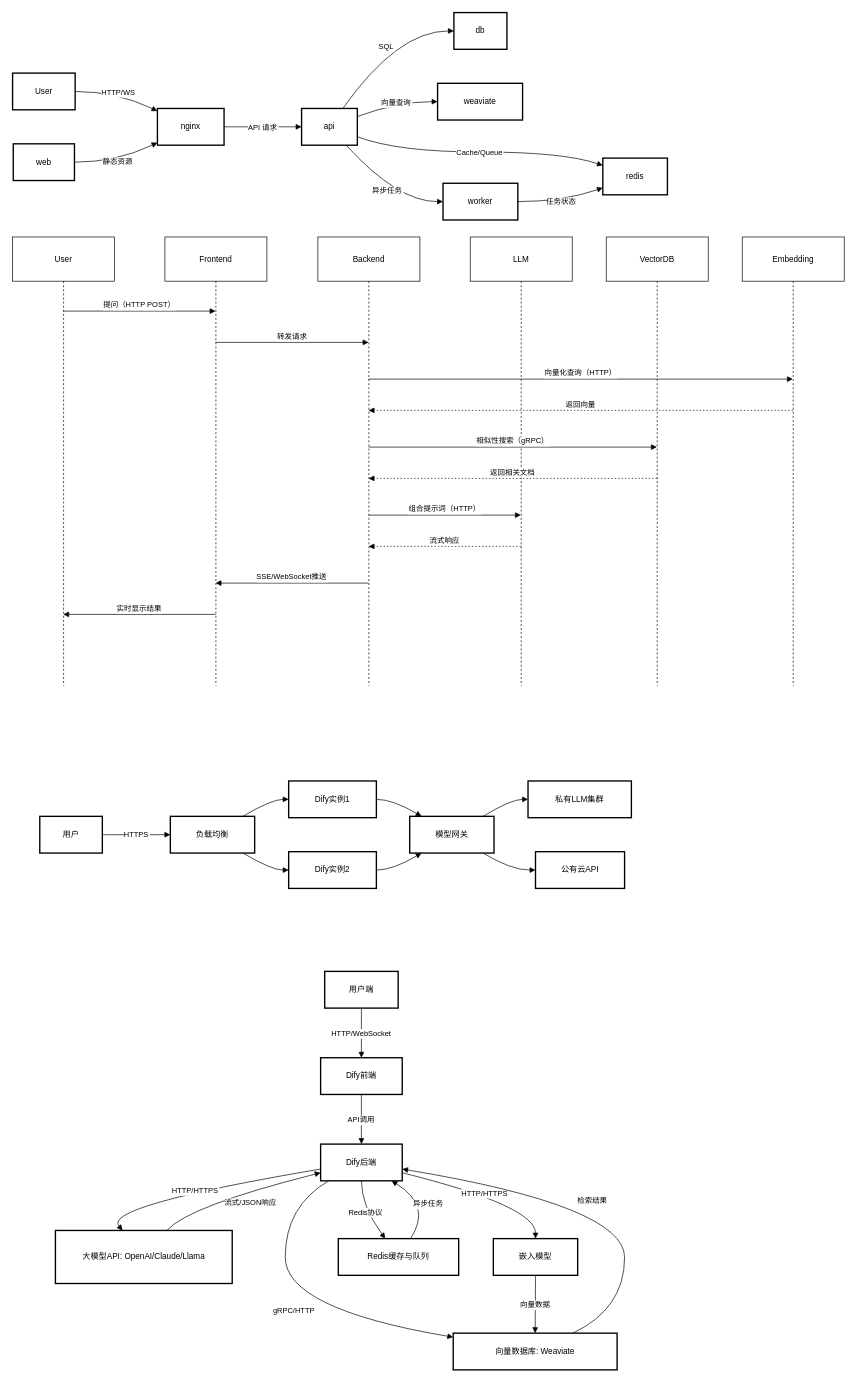
Above: dify架构图.drawio in ymf1234/flow-chart (draw.io), before the change. Source tidied: cells renumbered, new cells numbered last; positions are measured from the earlier drawing's top-left corner, leaving out a move shared by most shapes. Both pictures are drawn from the tidied source at 68%, with x=0, y=0 at pixel (12, 12).
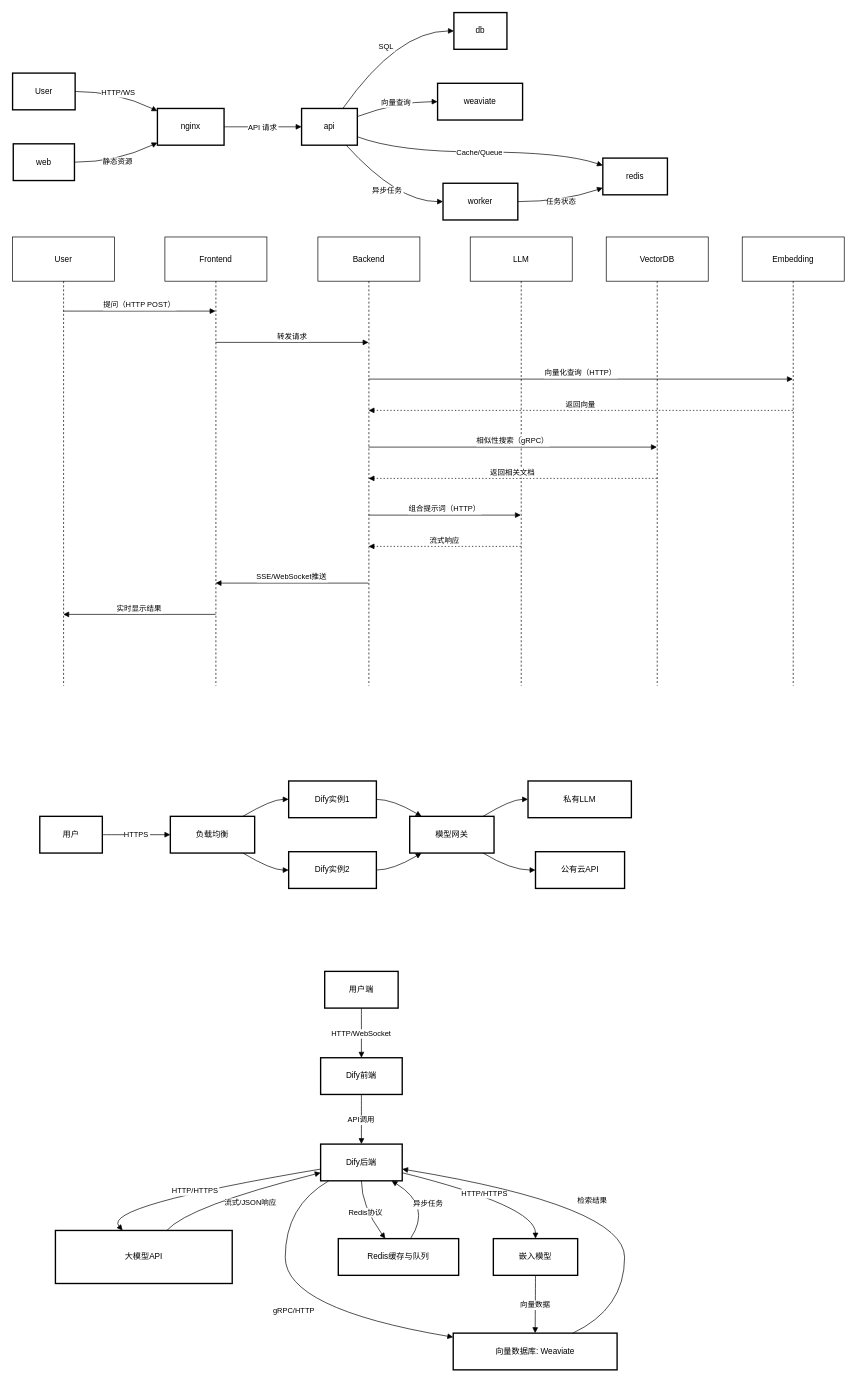
Above is the later version.

Commit message:
更新dify架构图.drawio

Diff of the diagram source:
```diff
@@
-    <mxCell id="39" value="私有LLM集群" style="whiteSpace=wrap;strokeWidth=2;" parent="1" vertex="1">
+    <mxCell id="39" value="私有LLM" style="whiteSpace=wrap;strokeWidth=2;" parent="1" vertex="1">
       <mxGeometry x="758" y="1130" width="152" height="54" as="geometry" />
     </mxCell>
@@
-    <mxCell id="51" value="大模型API: OpenAI/Claude/Llama" style="whiteSpace=wrap;strokeWidth=2;" parent="1" vertex="1">
+    <mxCell id="51" value="大模型API" style="whiteSpace=wrap;strokeWidth=2;" parent="1" vertex="1">
       <mxGeometry x="63" y="1791" width="260" height="78" as="geometry" />
     </mxCell>
```
